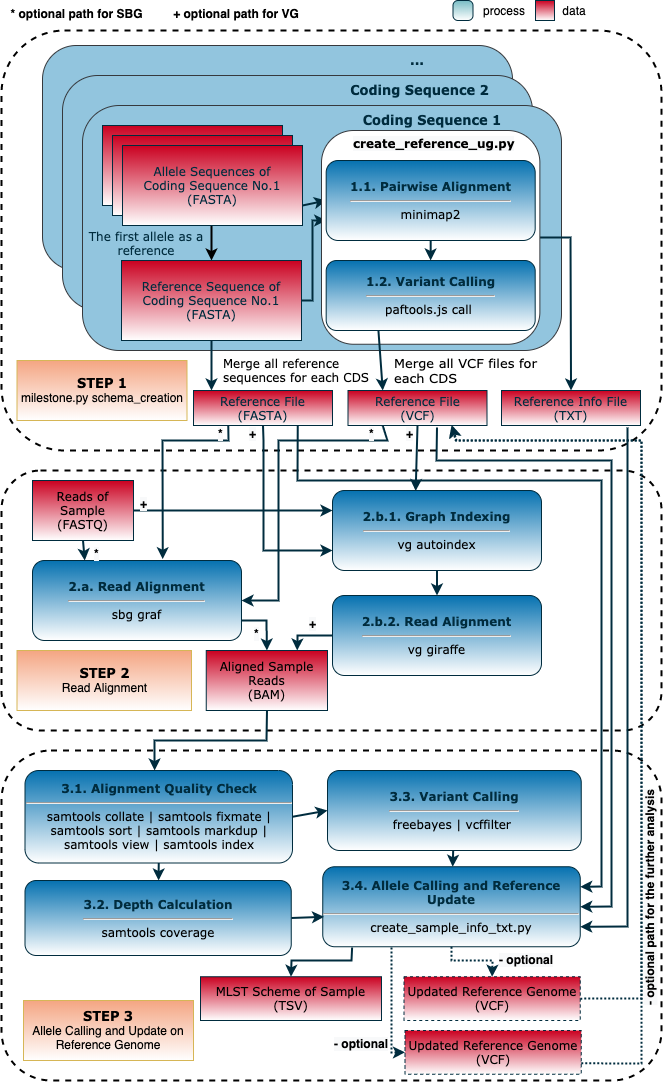
Above: images/milestone_ug_workflow.png in fatmakahveci/milestone (draw.io), before the change. Source tidied: cells renumbered, new cells last; positions are measured from the earlier drawing's top-left corner, leaving out a move shared by most shapes.
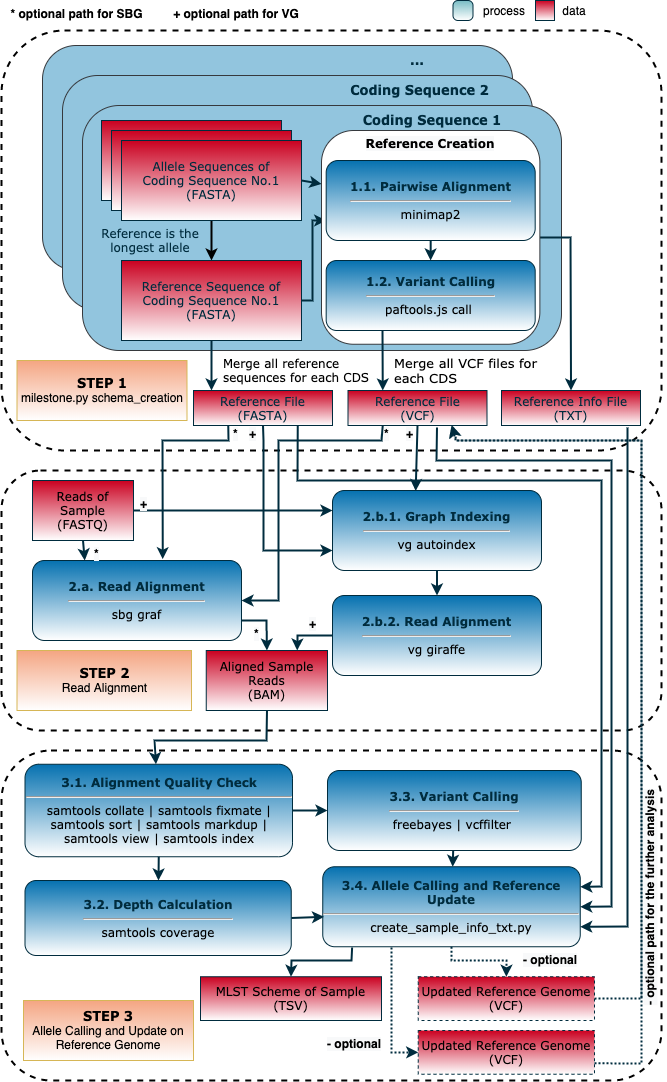
After the change.

The edit, as a diff of the source:
```diff
@@ -21,21 +21,21 @@
       <mxGeometry x="81" y="105" width="479" height="245" as="geometry" />
     </mxCell>
     <mxCell id="8" style="rounded=0;whiteSpace=wrap;html=1;fillColor=#ca0020;strokeColor=#002C3E;glass=0;gradientColor=#ffffff;fontFamily=Verdana;fontStyle=1;" parent="1" vertex="1">
-      <mxGeometry x="101" y="125" width="180" height="80" as="geometry" />
+      <mxGeometry x="100" y="120" width="180" height="80" as="geometry" />
     </mxCell>
     <mxCell id="9" style="rounded=0;whiteSpace=wrap;html=1;fillColor=#ca0020;strokeColor=#002C3E;glass=0;gradientColor=#ffffff;fontFamily=Verdana;fontStyle=1;" parent="1" vertex="1">
-      <mxGeometry x="111" y="135" width="180" height="80" as="geometry" />
+      <mxGeometry x="110" y="130" width="180" height="80" as="geometry" />
     </mxCell>
     <mxCell id="10" style="edgeStyle=orthogonalEdgeStyle;rounded=0;jettySize=auto;html=1;exitX=0.5;exitY=1;exitDx=0;exitDy=0;entryX=0.5;entryY=0;entryDx=0;entryDy=0;strokeWidth=2;fontFamily=Verdana;" parent="1" edge="1" source="11" target="12">
       <mxGeometry relative="1" as="geometry" />
     </mxCell>
     <mxCell id="11" value="&lt;font color=&quot;#002c3e&quot;&gt;&lt;span style=&quot;font-weight: normal&quot;&gt;Allele Sequences of&lt;br&gt;Coding Sequence No.1&lt;br&gt;(FASTA)&lt;/span&gt;&lt;br&gt;&lt;/font&gt;" style="rounded=0;whiteSpace=wrap;html=1;fillColor=#ca0020;strokeColor=#002C3E;glass=0;gradientColor=#ffffff;fontFamily=Verdana;fontStyle=1;" parent="1" vertex="1">
-      <mxGeometry x="121" y="145" width="180" height="80" as="geometry" />
+      <mxGeometry x="120" y="140" width="180" height="80" as="geometry" />
     </mxCell>
     <mxCell id="12" value="&lt;font color=&quot;#002c3e&quot;&gt;&lt;span style=&quot;font-weight: normal&quot;&gt;Reference Sequence of&lt;br&gt;Coding Sequence No.1&lt;br&gt;(FASTA)&lt;/span&gt;&lt;br&gt;&lt;/font&gt;" style="rounded=0;whiteSpace=wrap;html=1;fillColor=#ca0020;strokeColor=#002C3E;glass=0;gradientColor=#ffffff;fontFamily=Verdana;fontStyle=1;" parent="1" vertex="1">
       <mxGeometry x="120" y="260" width="180" height="80" as="geometry" />
     </mxCell>
-    <mxCell id="13" style="endArrow=classic;html=1;strokeColor=#002C3E;strokeWidth=2;shadow=0;rounded=0;entryX=0;entryY=0.5;entryDx=0;entryDy=0;exitX=1;exitY=0.75;exitDx=0;exitDy=0;fontFamily=Verdana;" parent="1" edge="1" source="11" target="76">
+    <mxCell id="13" style="endArrow=classic;html=1;strokeColor=#002C3E;strokeWidth=2;shadow=0;rounded=0;entryX=0;entryY=0.25;entryDx=0;entryDy=0;exitX=1;exitY=0.5;exitDx=0;exitDy=0;fontFamily=Verdana;" parent="1" edge="1" source="11" target="75">
       <mxGeometry relative="1" as="geometry" />
     </mxCell>
     <mxCell id="14" style="endArrow=classic;html=1;strokeColor=#002C3E;strokeWidth=2;shadow=0;rounded=0;entryX=0;entryY=0.75;entryDx=0;entryDy=0;exitX=1;exitY=0.5;exitDx=0;exitDy=0;fontFamily=Verdana;" parent="1" edge="1" source="12" target="76">
@@ -67,8 +67,8 @@
     <mxCell id="21" value="&lt;div style=&quot;text-align: left&quot;&gt;&lt;span&gt;Merge all reference&lt;/span&gt;&lt;/div&gt;&lt;div style=&quot;text-align: left&quot;&gt;&lt;span&gt;sequences&lt;/span&gt;&lt;span&gt;&amp;nbsp;for each CDS&lt;/span&gt;&lt;/div&gt;" style="text;html=1;strokeColor=none;fillColor=none;align=center;verticalAlign=middle;whiteSpace=wrap;rounded=0;labelBackgroundColor=none;fontColor=#000000;fontStyle=0;fontSize=12;fontFamily=Verdana;" parent="1" vertex="1">
       <mxGeometry x="210" y="350" width="170" height="40" as="geometry" />
     </mxCell>
-    <mxCell id="22" value="The first allele as a reference" style="text;html=1;strokeColor=none;fillColor=none;align=center;verticalAlign=middle;whiteSpace=wrap;rounded=0;fontColor=#002C3E;fontFamily=Verdana;" parent="1" vertex="1">
-      <mxGeometry x="74.5" y="185" width="140" height="115" as="geometry" />
+    <mxCell id="22" value="Reference is the&lt;br&gt;longest allele" style="text;html=1;strokeColor=none;fillColor=none;align=center;verticalAlign=middle;whiteSpace=wrap;rounded=0;fontColor=#002C3E;fontFamily=Verdana;" parent="1" vertex="1">
+      <mxGeometry x="81" y="182.5" width="135.5" height="115" as="geometry" />
     </mxCell>
     <mxCell id="23" value="&lt;span style=&quot;font-family: &amp;#34;verdana&amp;#34; ; font-size: 13px ; font-weight: 700&quot;&gt;STEP 1&lt;br&gt;&lt;/span&gt;milestone.py schema_creation" style="text;html=1;strokeColor=#d6b656;fillColor=#F4A582;align=center;verticalAlign=middle;whiteSpace=wrap;rounded=0;gradientColor=#ffffff;" parent="1" vertex="1">
       <mxGeometry x="15.5" y="360" width="170" height="60" as="geometry" />
@@ -107,7 +107,7 @@
       <mxGeometry x="103" width="40" height="20" as="geometry" />
     </mxCell>
     <mxCell id="35" value="&lt;font color=&quot;#002c3e&quot;&gt;3.1. Alignment Quality Check&lt;br&gt;&lt;/font&gt;&lt;hr&gt;&lt;span style=&quot;font-weight: 400&quot;&gt;samtools collate | samtools fixmate | samtools sort | samtools markdup | samtools view | samtools index&lt;/span&gt;" style="rounded=1;whiteSpace=wrap;html=1;fillColor=#0571B0;strokeColor=#002C3E;glass=0;gradientColor=#ffffff;fontFamily=Verdana;fontStyle=1;" parent="1" vertex="1">
-      <mxGeometry x="23.5" y="770" width="267.5" height="92.5" as="geometry" />
+      <mxGeometry x="23.5" y="763.8" width="267.5" height="92.5" as="geometry" />
     </mxCell>
     <mxCell id="36" value="&lt;b&gt;*&amp;nbsp;&lt;/b&gt;&lt;b&gt;optional path for SBG&lt;/b&gt;" style="text;html=1;strokeColor=none;fillColor=none;align=center;verticalAlign=middle;whiteSpace=wrap;rounded=0;rotation=0;fontStyle=0;" parent="1" vertex="1">
       <mxGeometry width="151" height="25" as="geometry" />
@@ -169,7 +169,7 @@
       <mxGeometry x="199" y="976.2" width="181" height="43.8" as="geometry" />
     </mxCell>
     <mxCell id="51" value="Updated Reference Genome&lt;br&gt;(VCF)" style="rounded=0;whiteSpace=wrap;html=1;fillColor=#ca0020;strokeColor=#002C3E;glass=0;gradientColor=#ffffff;fontFamily=Verdana;fontStyle=0;dashed=1;" parent="1" vertex="1">
-      <mxGeometry x="402.5" y="976.2" width="176.2" height="43.8" as="geometry" />
+      <mxGeometry x="416.8" y="976.2" width="176.2" height="43.8" as="geometry" />
     </mxCell>
     <mxCell id="52" style="endArrow=classic;html=1;strokeColor=#002C3E;strokeWidth=2;shadow=0;rounded=0;fontFamily=Verdana;entryX=0.5;entryY=0;entryDx=0;entryDy=0;exitX=0.114;exitY=1.009;exitDx=0;exitDy=0;exitPerimeter=0;" parent="1" edge="1" source="27" target="50">
       <mxGeometry relative="1" as="geometry">
@@ -183,19 +183,18 @@
       <mxGeometry relative="1" as="geometry">
         <Array as="points">
           <mxPoint x="450" y="960" />
-          <mxPoint x="491" y="960" />
+          <mxPoint x="505" y="960" />
         </Array>
       </mxGeometry>
     </mxCell>
     <mxCell id="54" value="&lt;b style=&quot;font-size: 12px ; font-style: normal ; letter-spacing: normal ; text-indent: 0px ; text-transform: none ; word-spacing: 0px ; font-family: &amp;#34;helvetica&amp;#34; ; text-align: center ; background-color: rgb(248 , 249 , 250)&quot;&gt;- optional&lt;/b&gt;" style="text;whiteSpace=wrap;html=1;" parent="1" vertex="1">
-      <mxGeometry x="496" y="946.2" width="80" height="30" as="geometry" />
+      <mxGeometry x="520" y="946.2" width="80" height="30" as="geometry" />
     </mxCell>
     <mxCell id="55" value="Aligned Sample Reads&lt;br&gt;(BAM)" style="rounded=0;whiteSpace=wrap;html=1;fillColor=#ca0020;strokeColor=#002C3E;glass=0;gradientColor=#ffffff;fontFamily=Verdana;fontStyle=0;" parent="1" vertex="1">
       <mxGeometry x="204.8" y="650" width="121.2" height="60" as="geometry" />
     </mxCell>
-    <mxCell id="56" style="endArrow=classic;html=1;strokeColor=#002C3E;strokeWidth=2;shadow=0;rounded=0;fontColor=#002C3E;exitX=0.5;exitY=1;exitDx=0;exitDy=0;fontFamily=Verdana;entryX=0.5;entryY=0;entryDx=0;entryDy=0;" parent="1" edge="1" source="55">
+    <mxCell id="56" style="endArrow=classic;html=1;strokeColor=#002C3E;strokeWidth=2;shadow=0;rounded=0;fontColor=#002C3E;exitX=0.5;exitY=1;exitDx=0;exitDy=0;fontFamily=Verdana;" parent="1" edge="1" source="55" target="35">
       <mxGeometry relative="1" as="geometry">
-        <mxPoint x="153.1" y="770" as="targetPoint" />
         <Array as="points">
           <mxPoint x="265" y="740" />
           <mxPoint x="153" y="740" />
@@ -208,7 +207,7 @@
     <mxCell id="58" style="endArrow=classic;html=1;strokeColor=#002C3E;strokeWidth=2;shadow=0;rounded=0;entryX=1;entryY=0.5;entryDx=0;entryDy=0;fontColor=#002C3E;fontFamily=Verdana;exitX=0.25;exitY=1;exitDx=0;exitDy=0;" parent="1" edge="1" source="18" target="41">
       <mxGeometry relative="1" as="geometry">
         <Array as="points">
-          <mxPoint x="386" y="440" />
+          <mxPoint x="380" y="440" />
           <mxPoint x="277" y="440" />
           <mxPoint x="277" y="600" />
         </Array>
@@ -234,10 +233,10 @@
       <mxGeometry relative="1" as="geometry" />
     </mxCell>
     <mxCell id="62" value="&lt;meta charset=&quot;utf-8&quot; style=&quot;&quot;&gt;&lt;b style=&quot;font-family: Helvetica; font-size: 12px; font-style: normal; font-variant-ligatures: normal; font-variant-caps: normal; letter-spacing: normal; orphans: 2; text-align: center; text-indent: 0px; text-transform: none; widows: 2; word-spacing: 0px; -webkit-text-stroke-width: 0px; background-color: rgb(248, 249, 250); text-decoration-style: initial; text-decoration-color: initial;&quot;&gt;*&lt;/b&gt;" style="text;whiteSpace=wrap;html=1;" parent="1" vertex="1">
-      <mxGeometry x="366" y="420" width="10" height="20" as="geometry" />
+      <mxGeometry x="381" y="420" width="10" height="20" as="geometry" />
     </mxCell>
     <mxCell id="63" value="&lt;meta charset=&quot;utf-8&quot; style=&quot;&quot;&gt;&lt;b style=&quot;font-family: Helvetica; font-size: 12px; font-style: normal; font-variant-ligatures: normal; font-variant-caps: normal; letter-spacing: normal; orphans: 2; text-align: center; text-indent: 0px; text-transform: none; widows: 2; word-spacing: 0px; -webkit-text-stroke-width: 0px; background-color: rgb(248, 249, 250); text-decoration-style: initial; text-decoration-color: initial;&quot;&gt;*&lt;/b&gt;" style="text;whiteSpace=wrap;html=1;" parent="1" vertex="1">
-      <mxGeometry x="214.5" y="420" width="10" height="20" as="geometry" />
+      <mxGeometry x="230" y="420" width="10" height="20" as="geometry" />
     </mxCell>
     <mxCell id="64" value="&lt;meta charset=&quot;utf-8&quot; style=&quot;&quot;&gt;&lt;b style=&quot;font-family: Helvetica; font-size: 12px; font-style: normal; font-variant-ligatures: normal; font-variant-caps: normal; letter-spacing: normal; orphans: 2; text-align: center; text-indent: 0px; text-transform: none; widows: 2; word-spacing: 0px; -webkit-text-stroke-width: 0px; background-color: rgb(248, 249, 250); text-decoration-style: initial; text-decoration-color: initial;&quot;&gt;*&lt;/b&gt;" style="text;whiteSpace=wrap;html=1;fillColor=none;" parent="1" vertex="1">
       <mxGeometry x="91" y="540" width="10" height="10" as="geometry" />
@@ -288,14 +287,16 @@
     <mxCell id="78" style="endArrow=classic;html=1;strokeColor=#002C3E;strokeWidth=2;shadow=0;rounded=0;entryX=0.5;entryY=0;entryDx=0;entryDy=0;fontColor=#002C3E;fontFamily=Verdana;" parent="74" edge="1" source="76" target="77">
       <mxGeometry relative="1" as="geometry" />
     </mxCell>
-    <mxCell id="79" value="&lt;span style=&quot;font-family: &amp;#34;verdana&amp;#34; ; font-size: 12px ; font-style: normal ; font-weight: 700 ; letter-spacing: normal ; text-align: center ; text-indent: 0px ; text-transform: none ; word-spacing: 0px ; background-color: rgb(248 , 249 , 250) ; float: none ; display: inline&quot;&gt;create_reference_ug.py&lt;/span&gt;" style="text;whiteSpace=wrap;html=1;" parent="74" vertex="1">
-      <mxGeometry x="30" width="150" height="30" as="geometry" />
+    <mxCell id="79" value="&lt;span style=&quot;font-family: &amp;#34;verdana&amp;#34; ; font-size: 12px ; font-style: normal ; font-weight: 700 ; letter-spacing: normal ; text-indent: 0px ; text-transform: none ; word-spacing: 0px ; background-color: rgb(248 , 249 , 250) ; float: none ; display: inline&quot;&gt;Reference Creation&lt;/span&gt;" style="text;whiteSpace=wrap;html=1;align=center;" parent="74" vertex="1">
+      <mxGeometry x="34.2" width="150" height="30" as="geometry" />
     </mxCell>
-    <mxCell id="80" style="endArrow=classic;html=1;strokeColor=#002C3E;strokeWidth=2;shadow=0;rounded=0;entryX=0.25;entryY=0;entryDx=0;entryDy=0;fontColor=#002C3E;fontFamily=Verdana;exitX=0.25;exitY=1;exitDx=0;exitDy=0;" parent="1" edge="1" source="77" target="18">
-      <mxGeometry relative="1" as="geometry" />
+    <mxCell id="80" style="endArrow=classic;html=1;strokeColor=#002C3E;strokeWidth=2;shadow=0;rounded=0;entryX=0.25;entryY=0;entryDx=0;entryDy=0;fontColor=#002C3E;fontFamily=Verdana;" parent="1" edge="1" target="18">
+      <mxGeometry relative="1" as="geometry">
+        <mxPoint x="381" y="330" as="sourcePoint" />
+      </mxGeometry>
     </mxCell>
     <mxCell id="81" value="Updated Reference Genome&lt;br&gt;(VCF)" style="rounded=0;whiteSpace=wrap;html=1;fillColor=#ca0020;strokeColor=#002C3E;glass=0;gradientColor=#ffffff;fontFamily=Verdana;fontStyle=0;dashed=1;" parent="1" vertex="1">
-      <mxGeometry x="403.5" y="1030" width="176.2" height="43.8" as="geometry" />
+      <mxGeometry x="416.8" y="1030" width="176.2" height="43.8" as="geometry" />
     </mxCell>
     <mxCell id="82" style="endArrow=classic;html=1;strokeColor=#002C3E;strokeWidth=2;shadow=0;rounded=0;fontFamily=Verdana;dashed=1;dashPattern=1 1;entryX=0;entryY=0.5;entryDx=0;entryDy=0;" parent="1" edge="1" target="81">
       <mxGeometry relative="1" as="geometry">
@@ -306,7 +307,7 @@
       </mxGeometry>
     </mxCell>
     <mxCell id="83" value="&lt;b style=&quot;font-size: 12px ; font-style: normal ; letter-spacing: normal ; text-indent: 0px ; text-transform: none ; word-spacing: 0px ; font-family: &amp;#34;helvetica&amp;#34; ; text-align: center ; background-color: rgb(248 , 249 , 250)&quot;&gt;- optional&lt;/b&gt;" style="text;whiteSpace=wrap;html=1;" parent="1" vertex="1">
-      <mxGeometry x="331" y="1030" width="80" height="30" as="geometry" />
+      <mxGeometry x="323.5" y="1030" width="80" height="30" as="geometry" />
     </mxCell>
     <mxCell id="84" style="endArrow=classic;html=1;strokeColor=#002C3E;strokeWidth=2;shadow=0;rounded=0;fontColor=#002C3E;exitX=1;exitY=0.75;exitDx=0;exitDy=0;fontFamily=Verdana;entryX=0.75;entryY=1;entryDx=0;entryDy=0;dashed=1;dashPattern=1 1;" parent="1" edge="1" source="81">
       <mxGeometry relative="1" as="geometry">
```
